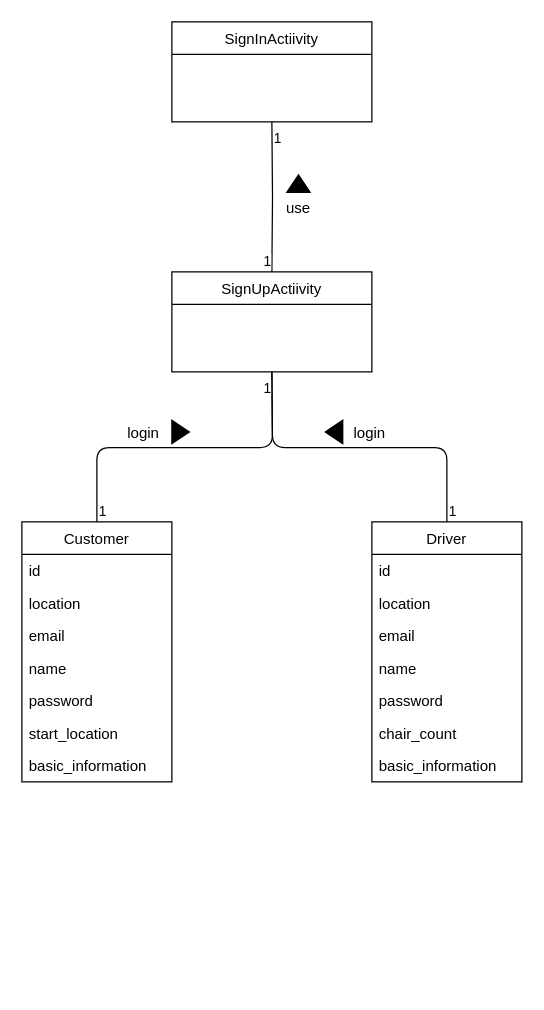
This is page "註冊作業" (1 of 4) of ans.drawio from 35596035/110-2HW6, a draw.io file, before an edit. Source tidied: cells renumbered, new cells numbered last; positions are measured from the earlier drawing's top-left corner, leaving out a move shared by most shapes. Both pictures are drawn from the tidied source at 125%, with x=0, y=0 at pixel (21, 21).
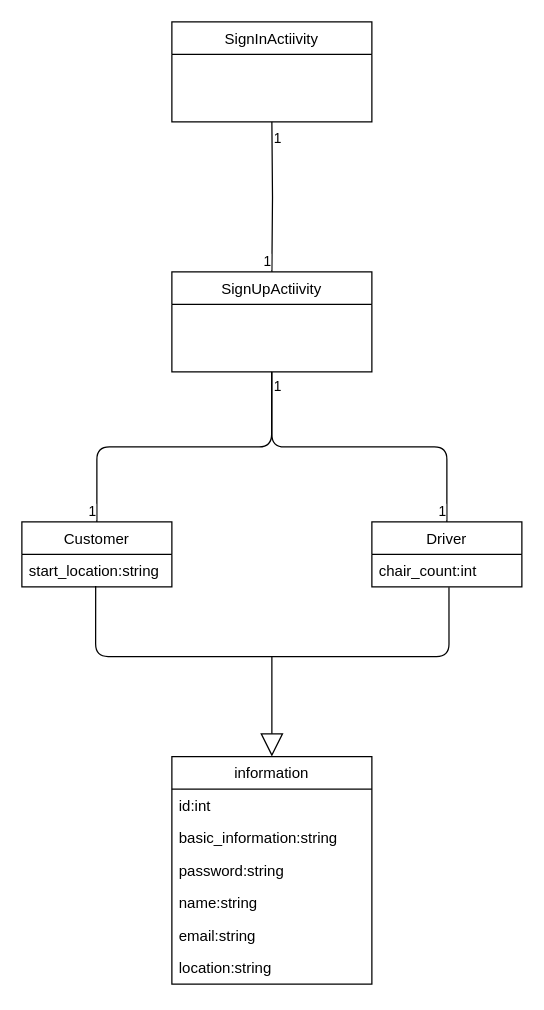
After the change.

Unchanged cells that the change refers to:
```xml
<mxCell id="21" value=" " style="text;strokeColor=none;fillColor=none;align=left;verticalAlign=top;spacingLeft=4;spacingRight=4;overflow=hidden;points=[[0,0.5],[1,0.5]];portConstraint=eastwest;" parent="20" vertex="1">
  <mxGeometry y="26" width="160" height="54" as="geometry" />
</mxCell>
```

Change to the diagram source:
```diff
@@
-    <mxCell id="2" value="Customer" style="swimlane;fontStyle=0;horizontal=1;startSize=26;fillColor=none;" parent="1" vertex="1">
-      <mxGeometry y="400" width="120" height="208" as="geometry" />
-    </mxCell>
-    <mxCell id="3" value="id " style="text;strokeColor=none;fillColor=none;align=left;verticalAlign=top;spacingLeft=4;spacingRight=4;overflow=hidden;" parent="2" vertex="1">
-      <mxGeometry y="26" width="120" height="26" as="geometry" />
-    </mxCell>
-    <mxCell id="4" value="location" style="text;strokeColor=none;fillColor=none;align=left;verticalAlign=top;spacingLeft=4;spacingRight=4;overflow=hidden;" parent="2" vertex="1">
-      <mxGeometry y="52" width="120" height="26" as="geometry" />
-    </mxCell>
-    <mxCell id="5" value="email" style="text;strokeColor=none;fillColor=none;align=left;verticalAlign=top;spacingLeft=4;spacingRight=4;overflow=hidden;" parent="2" vertex="1">
-      <mxGeometry y="78" width="120" height="26" as="geometry" />
-    </mxCell>
-    <mxCell id="6" value="name" style="text;strokeColor=none;fillColor=none;align=left;verticalAlign=top;spacingLeft=4;spacingRight=4;overflow=hidden;" parent="2" vertex="1">
-      <mxGeometry y="104" width="120" height="26" as="geometry" />
-    </mxCell>
-    <mxCell id="7" value="password" style="text;strokeColor=none;fillColor=none;align=left;verticalAlign=top;spacingLeft=4;spacingRight=4;overflow=hidden;" parent="2" vertex="1">
-      <mxGeometry y="130" width="120" height="26" as="geometry" />
-    </mxCell>
-    <mxCell id="8" value="start_location" style="text;strokeColor=none;fillColor=none;align=left;verticalAlign=top;spacingLeft=4;spacingRight=4;overflow=hidden;" parent="2" vertex="1">
-      <mxGeometry y="156" width="120" height="26" as="geometry" />
-    </mxCell>
-    <mxCell id="9" value="basic_information" style="text;strokeColor=none;fillColor=none;align=left;verticalAlign=top;spacingLeft=4;spacingRight=4;overflow=hidden;" parent="2" vertex="1">
-      <mxGeometry y="182" width="120" height="26" as="geometry" />
-    </mxCell>
-    <mxCell id="10" value="Driver" style="swimlane;fontStyle=0;horizontal=1;startSize=26;fillColor=none;" parent="1" vertex="1">
-      <mxGeometry x="280" y="400" width="120" height="208" as="geometry" />
-    </mxCell>
-    <mxCell id="11" value="id " style="text;strokeColor=none;fillColor=none;align=left;verticalAlign=top;spacingLeft=4;spacingRight=4;overflow=hidden;" parent="10" vertex="1">
-      <mxGeometry y="26" width="120" height="26" as="geometry" />
-    </mxCell>
-    <mxCell id="12" value="location" style="text;strokeColor=none;fillColor=none;align=left;verticalAlign=top;spacingLeft=4;spacingRight=4;overflow=hidden;" parent="10" vertex="1">
-      <mxGeometry y="52" width="120" height="26" as="geometry" />
-    </mxCell>
-    <mxCell id="13" value="email" style="text;strokeColor=none;fillColor=none;align=left;verticalAlign=top;spacingLeft=4;spacingRight=4;overflow=hidden;" parent="10" vertex="1">
-      <mxGeometry y="78" width="120" height="26" as="geometry" />
-    </mxCell>
-    <mxCell id="14" value="name" style="text;strokeColor=none;fillColor=none;align=left;verticalAlign=top;spacingLeft=4;spacingRight=4;overflow=hidden;" parent="10" vertex="1">
-      <mxGeometry y="104" width="120" height="26" as="geometry" />
-    </mxCell>
-    <mxCell id="15" value="password" style="text;strokeColor=none;fillColor=none;align=left;verticalAlign=top;spacingLeft=4;spacingRight=4;overflow=hidden;" parent="10" vertex="1">
-      <mxGeometry y="130" width="120" height="26" as="geometry" />
-    </mxCell>
-    <mxCell id="16" value="chair_count" style="text;strokeColor=none;fillColor=none;align=left;verticalAlign=top;spacingLeft=4;spacingRight=4;overflow=hidden;" parent="10" vertex="1">
-      <mxGeometry y="156" width="120" height="26" as="geometry" />
-    </mxCell>
-    <mxCell id="17" value="basic_information" style="text;strokeColor=none;fillColor=none;align=left;verticalAlign=top;spacingLeft=4;spacingRight=4;overflow=hidden;" parent="10" vertex="1">
-      <mxGeometry y="182" width="120" height="26" as="geometry" />
-    </mxCell>
@@
-    <mxCell id="25" style="endArrow=none;html=1;edgeStyle=orthogonalEdgeStyle;rounded=1;exitX=0.5;exitY=0;exitDx=0;exitDy=0;" parent="1" edge="1" source="2">
-      <mxGeometry relative="1" as="geometry">
-        <mxPoint x="200" y="280" as="targetPoint" />
-      </mxGeometry>
-    </mxCell>
-    <mxCell id="26" value="1" style="edgeLabel;html=1;align=left;verticalAlign=bottom;" parent="25" vertex="1">
-      <mxGeometry x="-1" relative="1" as="geometry" />
-    </mxCell>
-    <mxCell id="27" value="1" style="edgeLabel;html=1;align=right;verticalAlign=bottom;" parent="25" vertex="1">
-      <mxGeometry x="1" relative="1" as="geometry">
-        <mxPoint y="21" as="offset" />
-      </mxGeometry>
-    </mxCell>
-    <mxCell id="28" style="endArrow=none;html=1;edgeStyle=orthogonalEdgeStyle;rounded=1;exitX=0.5;exitY=0;exitDx=0;exitDy=0;" parent="1" edge="1" source="10">
-      <mxGeometry relative="1" as="geometry">
-        <mxPoint x="200" y="280" as="targetPoint" />
-      </mxGeometry>
-    </mxCell>
-    <mxCell id="29" value="1" style="edgeLabel;html=1;align=left;verticalAlign=bottom;" parent="28" vertex="1">
-      <mxGeometry x="-1" relative="1" as="geometry" />
-    </mxCell>
-    <mxCell id="30" style="triangle;whiteSpace=wrap;html=1;rotation=-90;fillColor=#000000;" parent="1" vertex="1">
-      <mxGeometry x="214.3" y="120" width="14" height="18.7" as="geometry" />
-    </mxCell>
-    <mxCell id="31" value="use" style="text;html=1;strokeColor=none;fillColor=none;align=center;verticalAlign=middle;whiteSpace=wrap;rounded=0;" parent="1" vertex="1">
-      <mxGeometry x="200" y="138.7" width="42.7" height="21.3" as="geometry" />
-    </mxCell>
-    <mxCell id="32" style="triangle;whiteSpace=wrap;html=1;rotation=0;fillColor=#000000;" parent="1" vertex="1">
-      <mxGeometry x="120" y="318.7" width="14" height="18.7" as="geometry" />
-    </mxCell>
-    <mxCell id="33" value="login" style="text;html=1;strokeColor=none;fillColor=none;align=center;verticalAlign=middle;whiteSpace=wrap;rounded=0;" parent="1" vertex="1">
-      <mxGeometry x="75.7" y="318.7" width="42.7" height="21.3" as="geometry" />
-    </mxCell>
-    <mxCell id="34" style="triangle;whiteSpace=wrap;html=1;rotation=-180;fillColor=#000000;" parent="1" vertex="1">
-      <mxGeometry x="242.7" y="318.7" width="14" height="18.7" as="geometry" />
-    </mxCell>
-    <mxCell id="35" value="login" style="text;html=1;strokeColor=none;fillColor=none;align=center;verticalAlign=middle;whiteSpace=wrap;rounded=0;" parent="1" vertex="1">
-      <mxGeometry x="256.7" y="318.7" width="42.7" height="21.3" as="geometry" />
-    </mxCell>
+    <mxCell id="2" value="Customer" style="swimlane;fontStyle=0;horizontal=1;startSize=26;fillColor=none;" parent="1" vertex="1">
+      <mxGeometry y="400" width="120" height="52" as="geometry" />
+    </mxCell>
+    <mxCell id="36" value="start_location:string" style="text;strokeColor=none;fillColor=none;align=left;verticalAlign=top;spacingLeft=4;spacingRight=4;overflow=hidden;points=[[0,0.5],[1,0.5]];portConstraint=eastwest;" parent="2" vertex="1">
+      <mxGeometry y="26" width="120" height="26" as="geometry" />
+    </mxCell>
+    <mxCell id="10" value="Driver" style="swimlane;fontStyle=0;horizontal=1;startSize=26;fillColor=none;" parent="1" vertex="1">
+      <mxGeometry x="280" y="400" width="120" height="52" as="geometry" />
+    </mxCell>
+    <mxCell id="37" value="chair_count:int" style="text;strokeColor=none;fillColor=none;align=left;verticalAlign=top;spacingLeft=4;spacingRight=4;overflow=hidden;points=[[0,0.5],[1,0.5]];portConstraint=eastwest;" parent="10" vertex="1">
+      <mxGeometry y="26" width="120" height="26" as="geometry" />
+    </mxCell>
+    <mxCell id="38" value="information" style="swimlane;fontStyle=0;horizontal=1;startSize=26;fillColor=none;" parent="1" vertex="1">
+      <mxGeometry x="120" y="587.7" width="160" height="182" as="geometry" />
+    </mxCell>
+    <mxCell id="39" value="id:int" style="text;strokeColor=none;fillColor=none;align=left;verticalAlign=top;spacingLeft=4;spacingRight=4;overflow=hidden;" parent="38" vertex="1">
+      <mxGeometry y="26" width="160" height="26" as="geometry" />
+    </mxCell>
+    <mxCell id="40" value="basic_information:string" style="text;strokeColor=none;fillColor=none;align=left;verticalAlign=top;spacingLeft=4;spacingRight=4;overflow=hidden;" parent="38" vertex="1">
+      <mxGeometry y="52" width="160" height="26" as="geometry" />
+    </mxCell>
+    <mxCell id="41" value="password:string" style="text;strokeColor=none;fillColor=none;align=left;verticalAlign=top;spacingLeft=4;spacingRight=4;overflow=hidden;" parent="38" vertex="1">
+      <mxGeometry y="78" width="160" height="26" as="geometry" />
+    </mxCell>
+    <mxCell id="42" value="name:string" style="text;strokeColor=none;fillColor=none;align=left;verticalAlign=top;spacingLeft=4;spacingRight=4;overflow=hidden;" parent="38" vertex="1">
+      <mxGeometry y="104" width="160" height="26" as="geometry" />
+    </mxCell>
+    <mxCell id="43" value="email:string" style="text;strokeColor=none;fillColor=none;align=left;verticalAlign=top;spacingLeft=4;spacingRight=4;overflow=hidden;" parent="38" vertex="1">
+      <mxGeometry y="130" width="160" height="26" as="geometry" />
+    </mxCell>
+    <mxCell id="44" value="location:string" style="text;strokeColor=none;fillColor=none;align=left;verticalAlign=top;spacingLeft=4;spacingRight=4;overflow=hidden;" parent="38" vertex="1">
+      <mxGeometry y="156" width="160" height="26" as="geometry" />
+    </mxCell>
+    <mxCell id="45" style="endArrow=none;html=1;edgeStyle=orthogonalEdgeStyle;rounded=1;exitX=0.492;exitY=0.973;exitDx=0;exitDy=0;exitPerimeter=0;entryX=0.514;entryY=1.008;entryDx=0;entryDy=0;entryPerimeter=0;" parent="1" edge="1" source="36" target="37">
+      <mxGeometry relative="1" as="geometry">
+        <Array as="points">
+          <mxPoint x="59" y="507.7" />
+          <mxPoint x="342" y="507.7" />
+        </Array>
+      </mxGeometry>
+    </mxCell>
+    <mxCell id="46" style="endArrow=block;endSize=16;endFill=0;html=1;rounded=1;entryX=0.5;entryY=0;entryDx=0;entryDy=0;" parent="1" edge="1" target="38">
+      <mxGeometry y="30" relative="1" as="geometry">
+        <mxPoint x="200" y="507.7" as="sourcePoint" />
+      </mxGeometry>
+    </mxCell>
+    <mxCell id="47" style="endArrow=none;html=1;edgeStyle=orthogonalEdgeStyle;rounded=1;exitX=0.499;exitY=1;exitDx=0;exitDy=0;exitPerimeter=0;entryX=0.5;entryY=0;entryDx=0;entryDy=0;" parent="1" edge="1" source="21" target="2">
+      <mxGeometry relative="1" as="geometry" />
+    </mxCell>
+    <mxCell id="48" value="1" style="edgeLabel;html=1;align=left;verticalAlign=bottom;" parent="47" vertex="1">
+      <mxGeometry x="-1" relative="1" as="geometry">
+        <mxPoint y="20" as="offset" />
+      </mxGeometry>
+    </mxCell>
+    <mxCell id="49" value="1" style="edgeLabel;html=1;align=right;verticalAlign=bottom;" parent="47" vertex="1">
+      <mxGeometry x="1" relative="1" as="geometry" />
+    </mxCell>
+    <mxCell id="50" style="endArrow=none;html=1;edgeStyle=orthogonalEdgeStyle;rounded=1;entryX=0.5;entryY=0;entryDx=0;entryDy=0;" parent="1" edge="1" target="10">
+      <mxGeometry relative="1" as="geometry">
+        <mxPoint x="200" y="280" as="sourcePoint" />
+        <Array as="points">
+          <mxPoint x="200" y="340" />
+          <mxPoint x="340" y="340" />
+        </Array>
+      </mxGeometry>
+    </mxCell>
+    <mxCell id="51" value="1" style="edgeLabel;html=1;align=right;verticalAlign=bottom;" parent="50" vertex="1">
+      <mxGeometry x="1" relative="1" as="geometry" />
+    </mxCell>
```
